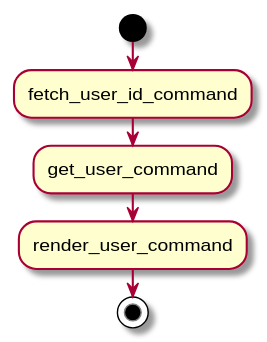
Above: build/uml/user_get_controller.svg in arpb2/C-3PO (PlantUML), before the change.
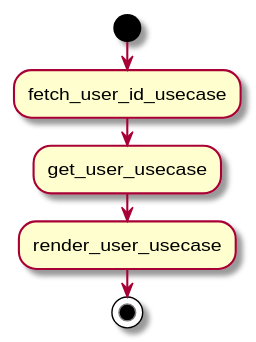
Above is the later version.

The edit, as a diff of the source:
```diff
@@ -1,7 +1,7 @@
 @startuml
 start
-:fetch_user_id_command;
-:get_user_command;
-:render_user_command;
+:fetch_user_id_usecase;
+:get_user_usecase;
+:render_user_usecase;
 stop
 @enduml
```
